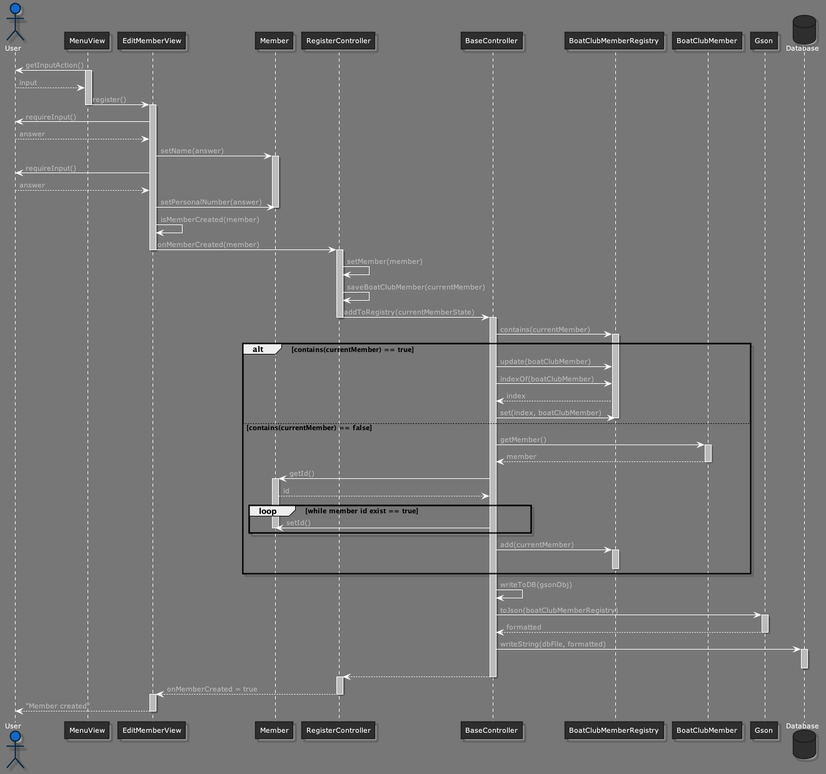
Before: diagrams/addMember.png, a diagram exported from PlantUML (clundstrom/mvc_pirates).
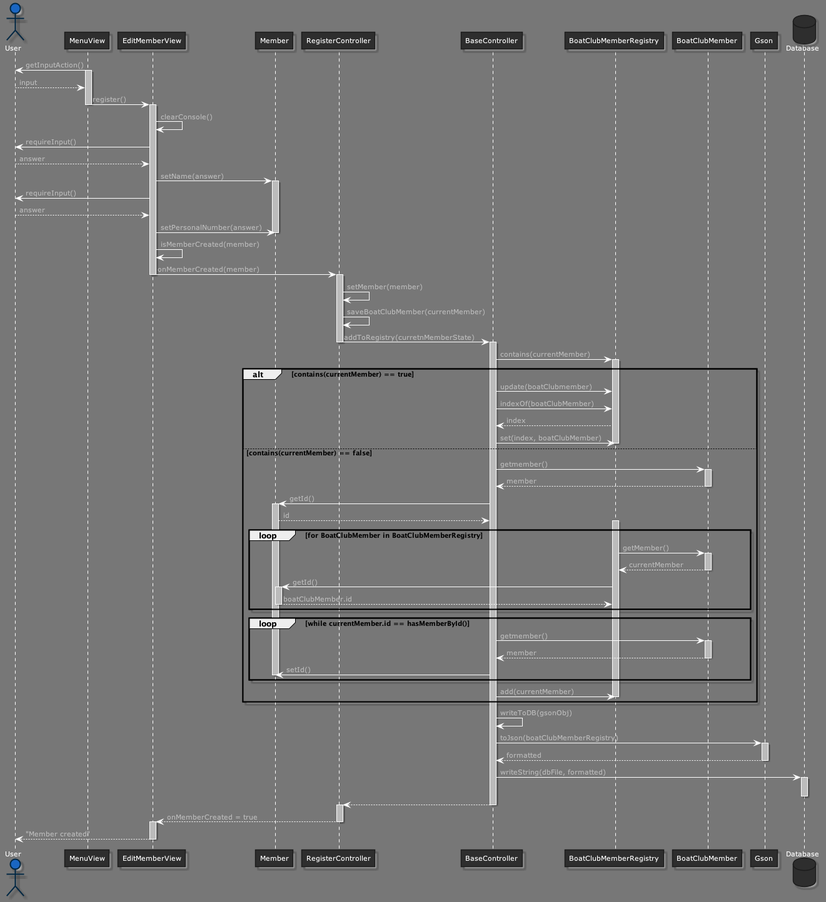
After the commit.

Diff of the diagram source:
```diff
@@ -270,55 +270,64 @@
 MenuView -> EditMemberView : register()
 deactivate MenuView
 activate EditMemberView
+EditMemberView -> EditMemberView : clearConsole()
 EditMemberView -> User : requireInput()
 User --> EditMemberView : answer
 EditMemberView -> Member : setName(answer)
 activate Member
-
 EditMemberView -> User : requireInput()
 User --> EditMemberView : answer
 EditMemberView -> Member : setPersonalNumber(answer)
 deactivate Member
-
 EditMemberView -> EditMemberView : isMemberCreated(member)
 EditMemberView -> RegisterController : onMemberCreated(member)
 deactivate EditMemberView
-
 activate RegisterController
 RegisterController -> RegisterController : setMember(member)
 RegisterController -> RegisterController : saveBoatClubMember(currentMember)
-RegisterController -> BaseController : addToRegistry(currentMemberState)
+RegisterController -> BaseController : addToRegistry(curretnMemberState)
 deactivate RegisterController
 activate BaseController
 BaseController -> BoatClubMemberRegistry : contains(currentMember)
+
 alt contains(currentMember) == true
 activate BoatClubMemberRegistry
-
-BaseController -> BoatClubMemberRegistry : update(boatClubMember)
-BaseController-> BoatClubMemberRegistry : indexOf(boatClubMember)
+BaseController -> BoatClubMemberRegistry : update(boatClubmember)
+BaseController -> BoatClubMemberRegistry : indexOf(boatClubMember)
 BoatClubMemberRegistry --> BaseController : index
 BaseController -> BoatClubMemberRegistry : set(index, boatClubMember)
 deactivate BoatClubMemberRegistry
 else contains(currentMember) == false
-
-BaseController -> BoatClubMember : getMember()
+BaseController -> BoatClubMember : getmember()
 activate BoatClubMember
 BoatClubMember --> BaseController : member
 deactivate BoatClubMember
 BaseController -> Member : getId()
 activate Member
 Member --> BaseController : id
-
-loop while member id exist == true
+activate BoatClubMemberRegistry
+loop for BoatClubMember in BoatClubMemberRegistry
+BoatClubMemberRegistry -> BoatClubMember : getMember()
+activate BoatClubMember
+BoatClubMember --> BoatClubMemberRegistry : currentMember
+deactivate BoatClubMember
+BoatClubMemberRegistry -> Member : getId()
+activate Member
+Member --> BoatClubMemberRegistry : boatClubMember.id
+deactivate Member
+end
+loop while currentMember.id == hasMemberById()
+BaseController -> BoatClubMember : getmember()
+activate BoatClubMember
+BoatClubMember --> BaseController : member
+deactivate BoatClubMember
 BaseController -> Member : setId()
 deactivate Member
 end
 BaseController -> BoatClubMemberRegistry : add(currentMember)
-activate BoatClubMemberRegistry
 deactivate BoatClubMemberRegistry
 end
 BaseController -> BaseController : writeToDB(gsonObj)
-
 BaseController -> Gson : toJson(boatClubMemberRegistry)
 activate Gson
 Gson --> BaseController : formatted
@@ -327,7 +336,6 @@
 BaseController -> Database : writeString(dbFile, formatted)
 activate Database
 deactivate Database
-
 BaseController --> RegisterController
 deactivate BaseController
 activate RegisterController
@@ -336,5 +344,4 @@
 activate EditMemberView
 EditMemberView --> User : "Member created"
 deactivate EditMemberView
-
 @enduml
```
